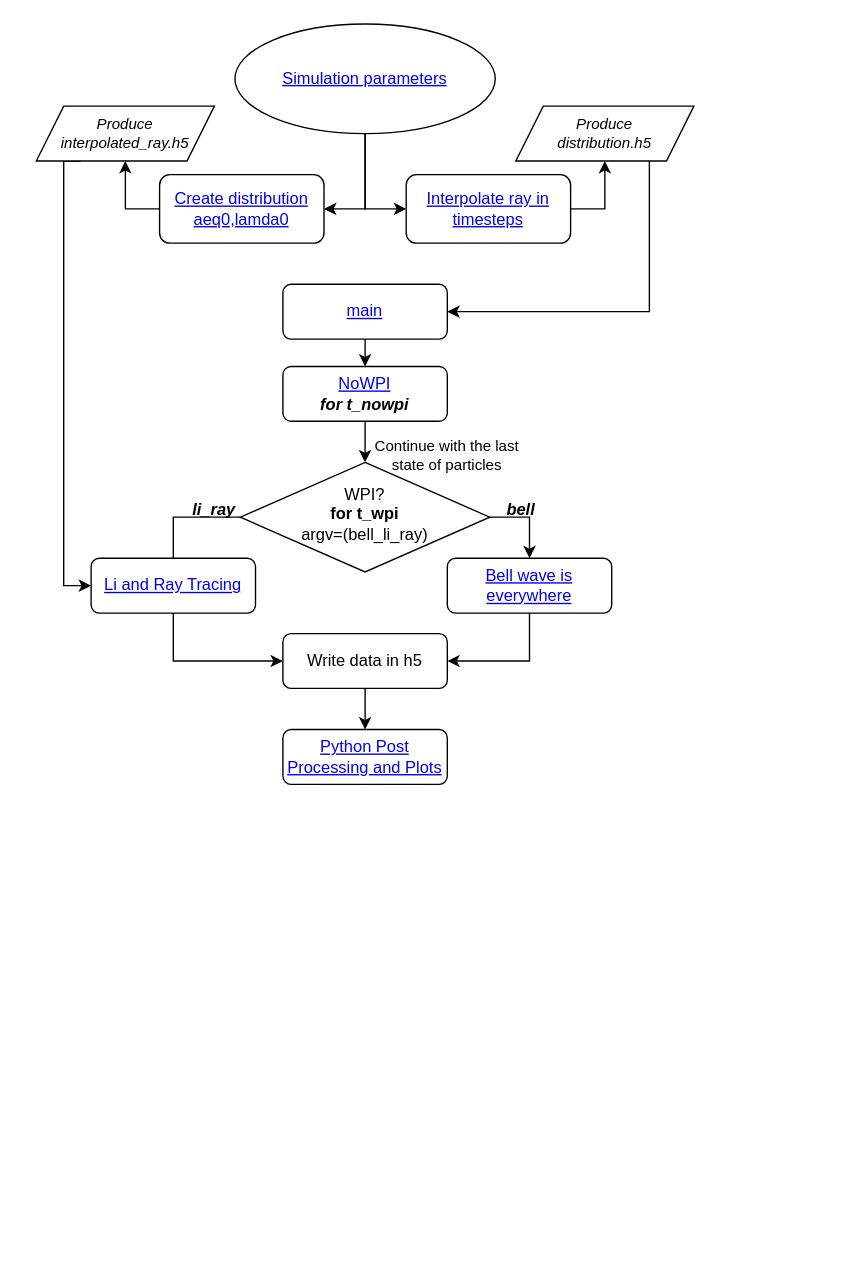
Earlier version of the draw.io diagram More/wholecode_flow.drawio (Vasichar11/Particle-Tracing-Earth). Source tidied: cells renumbered, new cells numbered last; positions are measured from the earlier drawing's top-left corner, leaving out a move shared by most shapes. Both pictures are drawn from the tidied source at 137%, with x=0, y=0 at pixel (36, 23).
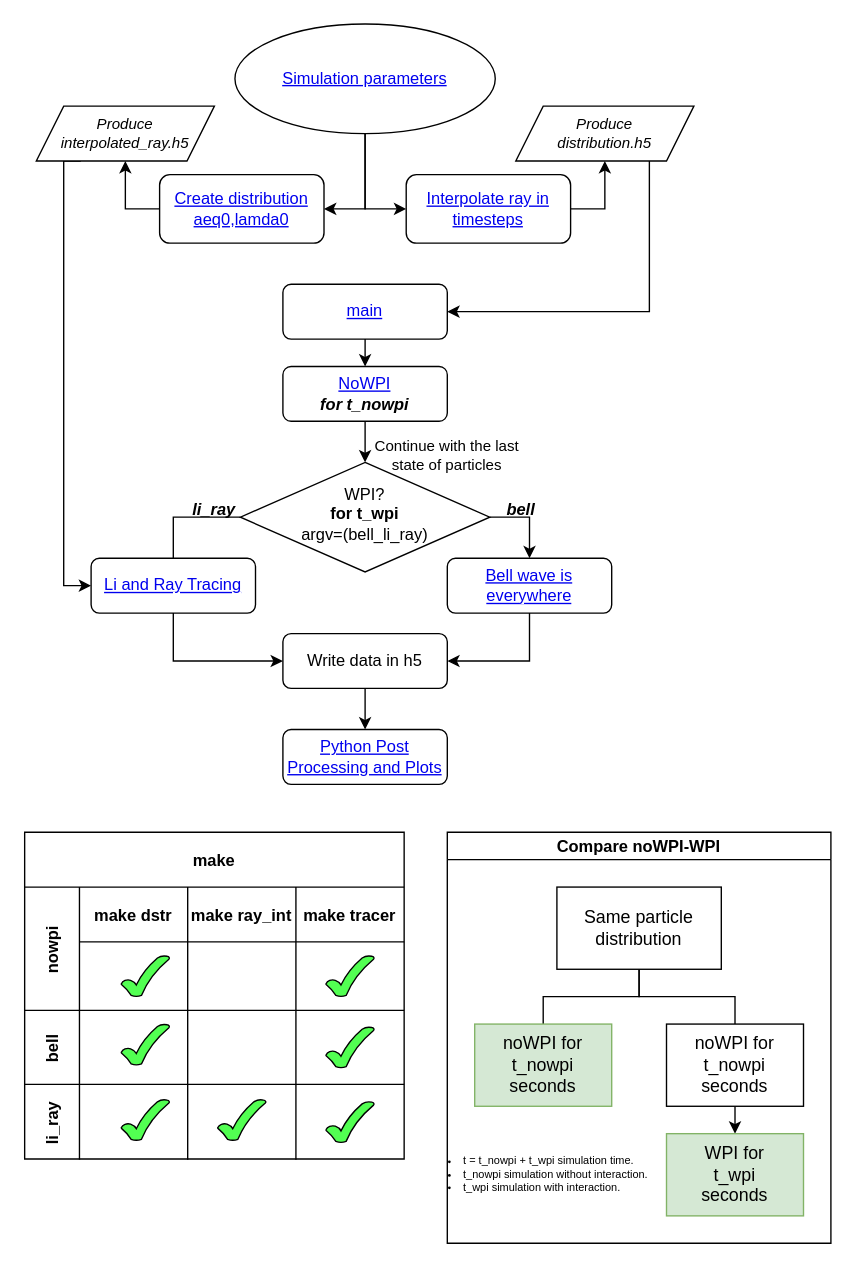
Above is the later version.

What changed in the source:
```diff
@@
+    <mxCell id="30" value="make" style="shape=table;childLayout=tableLayout;startSize=40;fontStyle=1;" parent="1" vertex="1">
+      <mxGeometry x="-8.5" y="590" width="277" height="238.5" as="geometry" />
+    </mxCell>
+    <mxCell id="31" value="nowpi" style="shape=tableRow;horizontal=0;startSize=40;swimlaneHead=0;swimlaneBody=0;top=0;left=0;bottom=0;right=0;fillColor=none;fontStyle=1;" parent="30" vertex="1">
+      <mxGeometry y="40" width="277" height="90" as="geometry" />
+    </mxCell>
+    <mxCell id="32" value="make dstr" style="swimlane;swimlaneHead=0;swimlaneBody=0;fontStyle=0;fillColor=none;startSize=40;fontStyle=1;" parent="31" vertex="1">
+      <mxGeometry x="40" width="79" height="90" as="geometry" />
+    </mxCell>
+    <mxCell id="33" style="verticalLabelPosition=bottom;verticalAlign=top;html=1;shape=mxgraph.basic.tick;fillColor=#52FF52;" parent="32" vertex="1">
+      <mxGeometry x="30.5" y="50" width="35.2" height="30" as="geometry" />
+    </mxCell>
+    <mxCell id="34" value="make ray_int" style="swimlane;swimlaneHead=0;swimlaneBody=0;fontStyle=0;fillColor=none;startSize=40;fontStyle=1;" parent="31" vertex="1">
+      <mxGeometry x="119" width="79" height="90" as="geometry" />
+    </mxCell>
+    <mxCell id="35" value="make tracer" style="swimlane;swimlaneHead=0;swimlaneBody=0;fontStyle=0;fillColor=none;startSize=40;fontStyle=1;" parent="31" vertex="1">
+      <mxGeometry x="198" width="79" height="90" as="geometry" />
+    </mxCell>
+    <mxCell id="36" style="verticalLabelPosition=bottom;verticalAlign=top;html=1;shape=mxgraph.basic.tick;fillColor=#52FF52;" parent="35" vertex="1">
+      <mxGeometry x="21.9" y="50" width="35.2" height="30" as="geometry" />
+    </mxCell>
+    <mxCell id="37" value="bell" style="shape=tableRow;horizontal=0;startSize=40;swimlaneHead=0;swimlaneBody=0;top=0;left=0;bottom=0;right=0;fillColor=none;fontStyle=1;" parent="30" vertex="1">
+      <mxGeometry y="130" width="277" height="54" as="geometry" />
+    </mxCell>
+    <mxCell id="38" style="swimlane;swimlaneHead=0;swimlaneBody=0;fontStyle=0;fillColor=none;startSize=0;fontStyle=1;" parent="37" vertex="1">
+      <mxGeometry x="40" width="79" height="54" as="geometry" />
+    </mxCell>
+    <mxCell id="39" style="verticalLabelPosition=bottom;verticalAlign=top;html=1;shape=mxgraph.basic.tick;fillColor=#52FF52;" parent="38" vertex="1">
+      <mxGeometry x="30.5" y="10" width="35.2" height="30" as="geometry" />
+    </mxCell>
+    <mxCell id="40" style="swimlane;swimlaneHead=0;swimlaneBody=0;fontStyle=0;fillColor=none;startSize=0;fontStyle=1;" parent="37" vertex="1">
+      <mxGeometry x="119" width="79" height="54" as="geometry" />
+    </mxCell>
+    <mxCell id="41" style="swimlane;swimlaneHead=0;swimlaneBody=0;fontStyle=0;fillColor=none;startSize=0;fontStyle=1;" parent="37" vertex="1">
+      <mxGeometry x="198" width="79" height="54" as="geometry" />
+    </mxCell>
+    <mxCell id="42" style="verticalLabelPosition=bottom;verticalAlign=top;html=1;shape=mxgraph.basic.tick;fillColor=#52FF52;" parent="41" vertex="1">
+      <mxGeometry x="21.9" y="12" width="35.2" height="30" as="geometry" />
+    </mxCell>
+    <mxCell id="43" value="li_ray" style="shape=tableRow;horizontal=0;startSize=40;swimlaneHead=0;swimlaneBody=0;top=0;left=0;bottom=0;right=0;fillColor=none;fontStyle=1;" parent="30" vertex="1">
+      <mxGeometry y="184" width="277" height="55" as="geometry" />
+    </mxCell>
+    <mxCell id="44" style="swimlane;swimlaneHead=0;swimlaneBody=0;fontStyle=0;fillColor=none;startSize=0;fontStyle=1;" parent="43" vertex="1">
+      <mxGeometry x="40" width="79" height="55" as="geometry" />
+    </mxCell>
+    <mxCell id="45" style="verticalLabelPosition=bottom;verticalAlign=top;html=1;shape=mxgraph.basic.tick;fillColor=#52FF52;" parent="44" vertex="1">
+      <mxGeometry x="30.5" y="11" width="35.2" height="30" as="geometry" />
+    </mxCell>
+    <mxCell id="46" style="swimlane;swimlaneHead=0;swimlaneBody=0;fontStyle=0;fillColor=none;startSize=0;fontStyle=1;" parent="43" vertex="1">
+      <mxGeometry x="119" width="79" height="55" as="geometry" />
+    </mxCell>
+    <mxCell id="47" style="verticalLabelPosition=bottom;verticalAlign=top;html=1;shape=mxgraph.basic.tick;fillColor=#52FF52;" parent="46" vertex="1">
+      <mxGeometry x="21.9" y="11" width="35.2" height="30" as="geometry" />
+    </mxCell>
+    <mxCell id="48" style="swimlane;swimlaneHead=0;swimlaneBody=0;fontStyle=0;fillColor=none;startSize=0;fontStyle=1;" parent="43" vertex="1">
+      <mxGeometry x="198" width="79" height="55" as="geometry" />
+    </mxCell>
+    <mxCell id="49" style="verticalLabelPosition=bottom;verticalAlign=top;html=1;shape=mxgraph.basic.tick;fillColor=#52FF52;" parent="48" vertex="1">
+      <mxGeometry x="21.9" y="12.5" width="35.2" height="30" as="geometry" />
+    </mxCell>
+    <mxCell id="50" value="&lt;ul&gt;&lt;li&gt;&lt;br&gt;&lt;/li&gt;&lt;/ul&gt;" style="text;strokeColor=none;fillColor=none;html=1;whiteSpace=wrap;verticalAlign=middle;overflow=hidden;" parent="1" vertex="1">
+      <mxGeometry x="406" y="605" width="100" height="80" as="geometry" />
+    </mxCell>
+    <mxCell id="51" value="Compare noWPI-WPI" style="swimlane;startSize=20;horizontal=1;containerType=tree;newEdgeStyle={&quot;edgeStyle&quot;:&quot;elbowEdgeStyle&quot;,&quot;startArrow&quot;:&quot;none&quot;,&quot;endArrow&quot;:&quot;none&quot;};fillColor=#FFFFFF;" parent="1" vertex="1">
+      <mxGeometry x="300" y="590" width="280" height="300" as="geometry" />
+    </mxCell>
+    <mxCell id="52" style="edgeStyle=elbowEdgeStyle;elbow=vertical;startArrow=none;endArrow=none;rounded=0;" parent="51" edge="1" source="54" target="55">
+      <mxGeometry relative="1" as="geometry" />
+    </mxCell>
+    <mxCell id="53" style="edgeStyle=elbowEdgeStyle;elbow=vertical;startArrow=none;endArrow=none;rounded=0;" parent="51" edge="1" source="54" target="57">
+      <mxGeometry relative="1" as="geometry" />
+    </mxCell>
+    <mxCell id="54" value="&lt;font style=&quot;font-size: 13px&quot;&gt;Same particle distribution&lt;/font&gt;" style="whiteSpace=wrap;html=1;align=center;newEdgeStyle={&quot;edgeStyle&quot;:&quot;elbowEdgeStyle&quot;,&quot;startArrow&quot;:&quot;none&quot;,&quot;endArrow&quot;:&quot;none&quot;};fillColor=#FFFFFF;" parent="51" vertex="1">
+      <mxGeometry x="80" y="40" width="120" height="60" as="geometry" />
+    </mxCell>
+    <mxCell id="55" value="&lt;div style=&quot;font-size: 13px&quot;&gt;&lt;font style=&quot;font-size: 13px&quot;&gt;noWPI for &lt;br&gt;&lt;/font&gt;&lt;/div&gt;&lt;div style=&quot;font-size: 13px&quot;&gt;&lt;font style=&quot;font-size: 13px&quot;&gt;t_nowpi &lt;br&gt;&lt;/font&gt;&lt;/div&gt;&lt;div style=&quot;font-size: 13px&quot;&gt;&lt;font style=&quot;font-size: 13px&quot;&gt;seconds&lt;br&gt;&lt;/font&gt;&lt;/div&gt;" style="whiteSpace=wrap;html=1;align=center;verticalAlign=middle;newEdgeStyle={&quot;edgeStyle&quot;:&quot;elbowEdgeStyle&quot;,&quot;startArrow&quot;:&quot;none&quot;,&quot;endArrow&quot;:&quot;none&quot;};fillColor=#d5e8d4;strokeColor=#82b366;" parent="51" vertex="1">
+      <mxGeometry x="20" y="140" width="100" height="60" as="geometry" />
+    </mxCell>
+    <mxCell id="56" style="edgeStyle=orthogonalEdgeStyle;rounded=0;jettySize=auto;html=1;exitX=0.5;exitY=1;exitDx=0;exitDy=0;entryX=0.5;entryY=0;entryDx=0;entryDy=0;fontSize=13;" parent="51" edge="1" source="57" target="58">
+      <mxGeometry relative="1" as="geometry" />
+    </mxCell>
+    <mxCell id="57" value="&lt;div style=&quot;font-size: 13px&quot;&gt;&lt;font style=&quot;font-size: 13px&quot;&gt;noWPI for &lt;br&gt;&lt;/font&gt;&lt;/div&gt;&lt;div style=&quot;font-size: 13px&quot;&gt;&lt;font style=&quot;font-size: 13px&quot;&gt;t_nowpi &lt;br&gt;&lt;/font&gt;&lt;/div&gt;&lt;div style=&quot;font-size: 13px&quot;&gt;&lt;font style=&quot;font-size: 13px&quot;&gt;seconds&lt;/font&gt;&lt;/div&gt;" style="whiteSpace=wrap;html=1;align=center;verticalAlign=middle;newEdgeStyle={&quot;edgeStyle&quot;:&quot;elbowEdgeStyle&quot;,&quot;startArrow&quot;:&quot;none&quot;,&quot;endArrow&quot;:&quot;none&quot;};fillColor=#FFFFFF;" parent="51" vertex="1">
+      <mxGeometry x="160" y="140" width="100" height="60" as="geometry" />
+    </mxCell>
+    <mxCell id="58" value="&lt;div style=&quot;font-size: 13px&quot;&gt;&lt;font style=&quot;font-size: 13px&quot;&gt;WPI for&lt;/font&gt;&lt;/div&gt;&lt;div style=&quot;font-size: 13px&quot;&gt;&lt;font style=&quot;font-size: 13px&quot;&gt;t_wpi &lt;br&gt;&lt;/font&gt;&lt;/div&gt;&lt;div style=&quot;font-size: 13px&quot;&gt;&lt;font style=&quot;font-size: 13px&quot;&gt;seconds&lt;br&gt;&lt;/font&gt;&lt;/div&gt;" style="whiteSpace=wrap;html=1;align=center;verticalAlign=middle;newEdgeStyle={&quot;edgeStyle&quot;:&quot;elbowEdgeStyle&quot;,&quot;startArrow&quot;:&quot;none&quot;,&quot;endArrow&quot;:&quot;none&quot;};fillColor=#d5e8d4;strokeColor=#82b366;" parent="51" vertex="1">
+      <mxGeometry x="160" y="220" width="100" height="60" as="geometry" />
+    </mxCell>
+    <mxCell id="59" value="&lt;ul style=&quot;font-size: 8px&quot;&gt;&lt;li&gt;&lt;font style=&quot;font-size: 8px&quot;&gt;t = t_nowpi + t_wpi simulation time.&lt;br&gt;&lt;/font&gt;&lt;/li&gt;&lt;li&gt;&lt;font style=&quot;font-size: 8px&quot;&gt;t_nowpi simulation without interaction.&lt;br&gt;&lt;/font&gt;&lt;/li&gt;&lt;li&gt;&lt;font style=&quot;font-size: 8px&quot;&gt;t_wpi simulation with interaction.&lt;br&gt;&lt;/font&gt;&lt;/li&gt;&lt;/ul&gt;" style="text;strokeColor=none;fillColor=none;html=1;whiteSpace=wrap;verticalAlign=middle;overflow=hidden;fontSize=13;" parent="51" vertex="1">
+      <mxGeometry x="-30" y="205" width="200" height="90" as="geometry" />
+    </mxCell>
```
